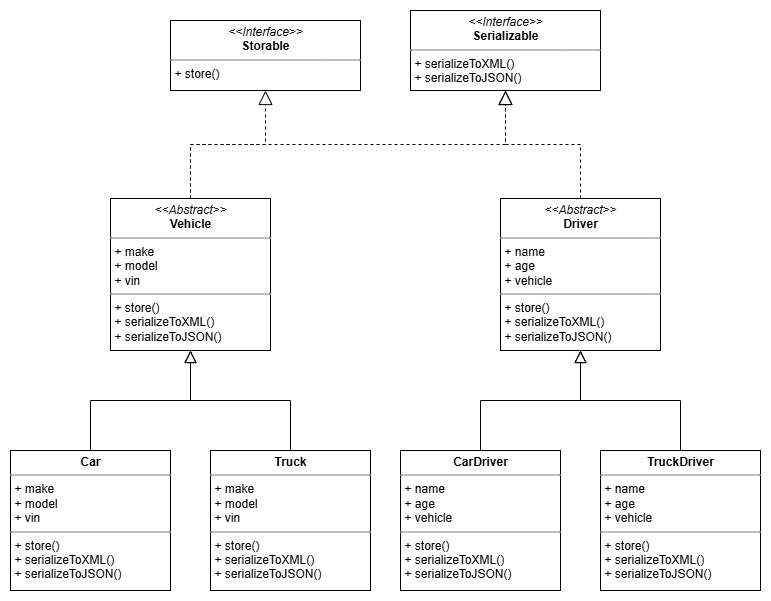
The draw.io diagram 2-2-StoreAndSerialize/src/UMLDiagram.png in RyanBuck182/csi-340-software-design-patterns, before a commit. Source tidied: cells renumbered, new cells last; positions are measured from the earlier drawing's top-left corner, leaving out a move shared by most shapes. The source it was exported from:
```xml
<mxGraphModel>
  <root>
    <mxCell id="0" />
    <mxCell id="1" parent="0" />
    <mxCell id="2" style="endArrow=block;endSize=10;endFill=0;shadow=0;strokeWidth=1;rounded=0;curved=0;edgeStyle=elbowEdgeStyle;elbow=vertical;exitX=0.5;exitY=0;exitDx=0;exitDy=0;entryX=0.5;entryY=1;entryDx=0;entryDy=0;" parent="1" edge="1" source="7" target="8">
      <mxGeometry relative="1" as="geometry" />
    </mxCell>
    <mxCell id="3" style="endArrow=block;endSize=10;endFill=0;shadow=0;strokeWidth=1;rounded=0;curved=0;edgeStyle=elbowEdgeStyle;elbow=vertical;exitX=0.5;exitY=0;exitDx=0;exitDy=0;entryX=0.5;entryY=1;entryDx=0;entryDy=0;entryPerimeter=0;" parent="1" edge="1" source="6" target="8">
      <mxGeometry relative="1" as="geometry" />
    </mxCell>
    <mxCell id="4" value="&lt;p style=&quot;margin:0px;margin-top:4px;text-align:center;&quot;&gt;&lt;i&gt;&amp;lt;&amp;lt;Interface&amp;gt;&amp;gt;&lt;/i&gt;&lt;br&gt;&lt;b&gt;Storable&lt;/b&gt;&lt;/p&gt;&lt;hr size=&quot;1&quot; style=&quot;border-style:solid;&quot;&gt;&lt;p style=&quot;margin:0px;margin-left:4px;&quot;&gt;+ store()&lt;br&gt;&lt;/p&gt;" style="verticalAlign=top;align=left;overflow=fill;html=1;whiteSpace=wrap;" parent="1" vertex="1">
      <mxGeometry x="160" y="10" width="190" height="70" as="geometry" />
    </mxCell>
    <mxCell id="5" value="&lt;p style=&quot;margin:0px;margin-top:4px;text-align:center;&quot;&gt;&lt;i&gt;&amp;lt;&amp;lt;Interface&amp;gt;&amp;gt;&lt;/i&gt;&lt;br&gt;&lt;b&gt;Serializable&lt;/b&gt;&lt;/p&gt;&lt;hr size=&quot;1&quot; style=&quot;border-style:solid;&quot;&gt;&lt;p style=&quot;margin:0px;margin-left:4px;&quot;&gt;+ serializeToXML()&lt;br&gt;&lt;/p&gt;&lt;p style=&quot;margin:0px;margin-left:4px;&quot;&gt;+ serializeToJSON()&lt;/p&gt;" style="verticalAlign=top;align=left;overflow=fill;html=1;whiteSpace=wrap;" parent="1" vertex="1">
      <mxGeometry x="400" width="190" height="80" as="geometry" />
    </mxCell>
    <mxCell id="6" value="&lt;p style=&quot;margin:0px;margin-top:4px;text-align:center;&quot;&gt;&lt;b&gt;Truck&lt;/b&gt;&lt;/p&gt;&lt;hr style=&quot;border-style: solid;&quot; size=&quot;1&quot;&gt;&lt;p style=&quot;margin: 0px 0px 0px 4px;&quot;&gt;&lt;/p&gt;&lt;p style=&quot;margin: 0px 0px 0px 4px;&quot;&gt;+ make&lt;br&gt;&lt;/p&gt;&lt;p style=&quot;margin: 0px 0px 0px 4px;&quot;&gt;+ model&lt;/p&gt;&lt;p style=&quot;margin: 0px 0px 0px 4px;&quot;&gt;+ vin&lt;/p&gt;&lt;hr style=&quot;border-style: solid;&quot; size=&quot;1&quot;&gt;&lt;p style=&quot;margin: 0px 0px 0px 4px;&quot;&gt;+ store()&lt;/p&gt;&lt;p style=&quot;margin: 0px 0px 0px 4px;&quot;&gt;+ serializeToXML()&lt;br&gt;&lt;/p&gt;&lt;p style=&quot;margin: 0px 0px 0px 4px;&quot;&gt;+ serializeToJSON()&lt;/p&gt;" style="verticalAlign=top;align=left;overflow=fill;html=1;whiteSpace=wrap;" parent="1" vertex="1">
      <mxGeometry x="200" y="440" width="160" height="140" as="geometry" />
    </mxCell>
    <mxCell id="7" value="&lt;p style=&quot;margin:0px;margin-top:4px;text-align:center;&quot;&gt;&lt;b&gt;Car&lt;/b&gt;&lt;/p&gt;&lt;hr style=&quot;border-style: solid;&quot; size=&quot;1&quot;&gt;&lt;p style=&quot;margin: 0px 0px 0px 4px;&quot;&gt;+ make&lt;br&gt;&lt;/p&gt;&lt;p style=&quot;margin: 0px 0px 0px 4px;&quot;&gt;+ model&lt;/p&gt;&lt;p style=&quot;margin: 0px 0px 0px 4px;&quot;&gt;+ vin&lt;/p&gt;&lt;hr style=&quot;border-style: solid;&quot; size=&quot;1&quot;&gt;&lt;p style=&quot;margin: 0px 0px 0px 4px;&quot;&gt;+ store()&lt;/p&gt;&lt;p style=&quot;margin: 0px 0px 0px 4px;&quot;&gt;+ serializeToXML()&lt;br&gt;&lt;/p&gt;&lt;p style=&quot;margin: 0px 0px 0px 4px;&quot;&gt;+ serializeToJSON()&lt;/p&gt;" style="verticalAlign=top;align=left;overflow=fill;html=1;whiteSpace=wrap;" parent="1" vertex="1">
      <mxGeometry y="440" width="160" height="140" as="geometry" />
    </mxCell>
    <mxCell id="8" value="&lt;p style=&quot;margin:0px;margin-top:4px;text-align:center;&quot;&gt;&lt;i&gt;&amp;lt;&amp;lt;Abstract&amp;gt;&amp;gt;&lt;/i&gt;&lt;b&gt;&lt;br&gt;Vehicle&lt;/b&gt;&lt;/p&gt;&lt;hr size=&quot;1&quot; style=&quot;border-style:solid;&quot;&gt;&lt;p style=&quot;margin:0px;margin-left:4px;&quot;&gt;&lt;/p&gt;&lt;p style=&quot;margin:0px;margin-left:4px;&quot;&gt;+ make&lt;br&gt;&lt;/p&gt;&lt;p style=&quot;margin:0px;margin-left:4px;&quot;&gt;+ model&lt;/p&gt;&lt;p style=&quot;margin:0px;margin-left:4px;&quot;&gt;+ vin&lt;/p&gt;&lt;hr style=&quot;border-style: solid;&quot; size=&quot;1&quot;&gt;&lt;p style=&quot;margin: 0px 0px 0px 4px;&quot;&gt;+ store()&lt;/p&gt;&lt;p style=&quot;margin: 0px 0px 0px 4px;&quot;&gt;+ serializeToXML()&lt;br&gt;&lt;/p&gt;&lt;p style=&quot;margin: 0px 0px 0px 4px;&quot;&gt;+ serializeToJSON()&lt;/p&gt;" style="verticalAlign=top;align=left;overflow=fill;html=1;whiteSpace=wrap;" parent="1" vertex="1">
      <mxGeometry x="100" y="188" width="160" height="152" as="geometry" />
    </mxCell>
    <mxCell id="9" style="endArrow=block;endSize=10;endFill=0;shadow=0;strokeWidth=1;rounded=0;curved=0;edgeStyle=elbowEdgeStyle;elbow=vertical;exitX=0.5;exitY=0;exitDx=0;exitDy=0;entryX=0.5;entryY=1;entryDx=0;entryDy=0;" parent="1" edge="1" source="12" target="13">
      <mxGeometry relative="1" as="geometry" />
    </mxCell>
    <mxCell id="10" style="endArrow=block;endSize=10;endFill=0;shadow=0;strokeWidth=1;rounded=0;curved=0;edgeStyle=elbowEdgeStyle;elbow=vertical;exitX=0.5;exitY=0;exitDx=0;exitDy=0;entryX=0.5;entryY=1;entryDx=0;entryDy=0;entryPerimeter=0;" parent="1" edge="1" source="11" target="13">
      <mxGeometry relative="1" as="geometry" />
    </mxCell>
    <mxCell id="11" value="&lt;p style=&quot;margin:0px;margin-top:4px;text-align:center;&quot;&gt;&lt;b&gt;TruckDriver&lt;/b&gt;&lt;/p&gt;&lt;hr size=&quot;1&quot; style=&quot;border-style:solid;&quot;&gt;&lt;p style=&quot;margin: 0px 0px 0px 4px;&quot;&gt;+ name&lt;br&gt;&lt;/p&gt;&lt;p style=&quot;margin: 0px 0px 0px 4px;&quot;&gt;+ age&lt;/p&gt;&lt;p style=&quot;margin: 0px 0px 0px 4px;&quot;&gt;+ vehicle&lt;/p&gt;&lt;hr style=&quot;border-style: solid;&quot; size=&quot;1&quot;&gt;&lt;p style=&quot;margin: 0px 0px 0px 4px;&quot;&gt;+ store()&lt;/p&gt;&lt;p style=&quot;margin: 0px 0px 0px 4px;&quot;&gt;+ serializeToXML()&lt;br&gt;&lt;/p&gt;&lt;p style=&quot;margin: 0px 0px 0px 4px;&quot;&gt;+ serializeToJSON()&lt;/p&gt;" style="verticalAlign=top;align=left;overflow=fill;html=1;whiteSpace=wrap;" parent="1" vertex="1">
      <mxGeometry x="590" y="440" width="160" height="140" as="geometry" />
    </mxCell>
    <mxCell id="12" value="&lt;p style=&quot;margin:0px;margin-top:4px;text-align:center;&quot;&gt;&lt;b&gt;CarDriver&lt;/b&gt;&lt;/p&gt;&lt;hr size=&quot;1&quot; style=&quot;border-style:solid;&quot;&gt;&lt;p style=&quot;margin: 0px 0px 0px 4px;&quot;&gt;+ name&lt;br&gt;&lt;/p&gt;&lt;p style=&quot;margin: 0px 0px 0px 4px;&quot;&gt;+ age&lt;/p&gt;&lt;p style=&quot;margin: 0px 0px 0px 4px;&quot;&gt;+ vehicle&lt;/p&gt;&lt;hr style=&quot;border-style: solid;&quot; size=&quot;1&quot;&gt;&lt;p style=&quot;margin: 0px 0px 0px 4px;&quot;&gt;+ store()&lt;/p&gt;&lt;p style=&quot;margin: 0px 0px 0px 4px;&quot;&gt;+ serializeToXML()&lt;br&gt;&lt;/p&gt;&lt;p style=&quot;margin: 0px 0px 0px 4px;&quot;&gt;+ serializeToJSON()&lt;/p&gt;" style="verticalAlign=top;align=left;overflow=fill;html=1;whiteSpace=wrap;" parent="1" vertex="1">
      <mxGeometry x="390" y="440" width="160" height="140" as="geometry" />
    </mxCell>
    <mxCell id="13" value="&lt;p style=&quot;margin:0px;margin-top:4px;text-align:center;&quot;&gt;&lt;i&gt;&amp;lt;&amp;lt;Abstract&amp;gt;&amp;gt;&lt;br&gt;&lt;/i&gt;&lt;b style=&quot;background-color: transparent; color: light-dark(rgb(0, 0, 0), rgb(255, 255, 255));&quot;&gt;Driver&lt;/b&gt;&lt;/p&gt;&lt;hr size=&quot;1&quot; style=&quot;border-style:solid;&quot;&gt;&lt;p style=&quot;margin: 0px 0px 0px 4px;&quot;&gt;+ name&lt;br&gt;&lt;/p&gt;&lt;p style=&quot;margin: 0px 0px 0px 4px;&quot;&gt;+ age&lt;/p&gt;&lt;p style=&quot;margin: 0px 0px 0px 4px;&quot;&gt;+ vehicle&lt;/p&gt;&lt;hr style=&quot;border-style: solid;&quot; size=&quot;1&quot;&gt;&lt;p style=&quot;margin: 0px 0px 0px 4px;&quot;&gt;+ store()&lt;/p&gt;&lt;p style=&quot;margin: 0px 0px 0px 4px;&quot;&gt;+ serializeToXML()&lt;br&gt;&lt;/p&gt;&lt;p style=&quot;margin: 0px 0px 0px 4px;&quot;&gt;+ serializeToJSON()&lt;/p&gt;" style="verticalAlign=top;align=left;overflow=fill;html=1;whiteSpace=wrap;" parent="1" vertex="1">
      <mxGeometry x="490" y="188" width="160" height="152" as="geometry" />
    </mxCell>
    <mxCell id="14" style="endArrow=block;dashed=1;endFill=0;endSize=12;html=1;rounded=0;edgeStyle=orthogonalEdgeStyle;elbow=vertical;entryX=0.5;entryY=1;entryDx=0;entryDy=0;exitX=0.5;exitY=0;exitDx=0;exitDy=0;" parent="1" edge="1" source="8" target="4">
      <mxGeometry relative="1" as="geometry" />
    </mxCell>
    <mxCell id="15" style="endArrow=block;dashed=1;endFill=0;endSize=12;html=1;rounded=0;edgeStyle=orthogonalEdgeStyle;elbow=vertical;entryX=0.5;entryY=1;entryDx=0;entryDy=0;exitX=0.5;exitY=0;exitDx=0;exitDy=0;" parent="1" edge="1" source="8" target="5">
      <mxGeometry relative="1" as="geometry" />
    </mxCell>
    <mxCell id="16" style="endArrow=block;dashed=1;endFill=0;endSize=12;html=1;rounded=0;edgeStyle=orthogonalEdgeStyle;elbow=vertical;exitX=0.5;exitY=0;exitDx=0;exitDy=0;entryX=0.5;entryY=1;entryDx=0;entryDy=0;" parent="1" edge="1" source="13" target="5">
      <mxGeometry relative="1" as="geometry" />
    </mxCell>
  </root>
</mxGraphModel>
```
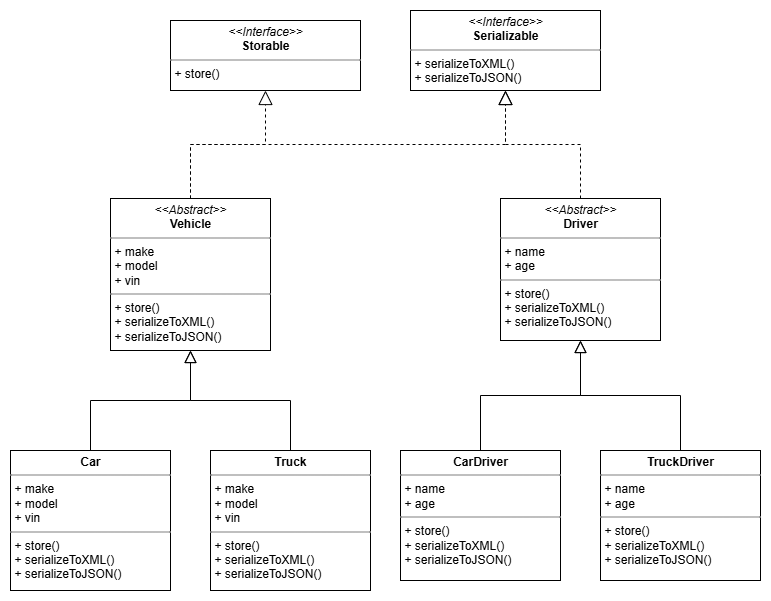
After the commit.

Commit message:
Remove Vehicle field from drivers and update UML accordingly

What changed in the source:
```diff
@@ -29,14 +29,14 @@
     <mxCell id="10" style="endArrow=block;endSize=10;endFill=0;shadow=0;strokeWidth=1;rounded=0;curved=0;edgeStyle=elbowEdgeStyle;elbow=vertical;exitX=0.5;exitY=0;exitDx=0;exitDy=0;entryX=0.5;entryY=1;entryDx=0;entryDy=0;entryPerimeter=0;" parent="1" edge="1" source="11" target="13">
       <mxGeometry relative="1" as="geometry" />
     </mxCell>
-    <mxCell id="11" value="&lt;p style=&quot;margin:0px;margin-top:4px;text-align:center;&quot;&gt;&lt;b&gt;TruckDriver&lt;/b&gt;&lt;/p&gt;&lt;hr size=&quot;1&quot; style=&quot;border-style:solid;&quot;&gt;&lt;p style=&quot;margin: 0px 0px 0px 4px;&quot;&gt;+ name&lt;br&gt;&lt;/p&gt;&lt;p style=&quot;margin: 0px 0px 0px 4px;&quot;&gt;+ age&lt;/p&gt;&lt;p style=&quot;margin: 0px 0px 0px 4px;&quot;&gt;+ vehicle&lt;/p&gt;&lt;hr style=&quot;border-style: solid;&quot; size=&quot;1&quot;&gt;&lt;p style=&quot;margin: 0px 0px 0px 4px;&quot;&gt;+ store()&lt;/p&gt;&lt;p style=&quot;margin: 0px 0px 0px 4px;&quot;&gt;+ serializeToXML()&lt;br&gt;&lt;/p&gt;&lt;p style=&quot;margin: 0px 0px 0px 4px;&quot;&gt;+ serializeToJSON()&lt;/p&gt;" style="verticalAlign=top;align=left;overflow=fill;html=1;whiteSpace=wrap;" parent="1" vertex="1">
-      <mxGeometry x="590" y="440" width="160" height="140" as="geometry" />
+    <mxCell id="11" value="&lt;p style=&quot;margin:0px;margin-top:4px;text-align:center;&quot;&gt;&lt;b&gt;TruckDriver&lt;/b&gt;&lt;/p&gt;&lt;hr size=&quot;1&quot; style=&quot;border-style:solid;&quot;&gt;&lt;p style=&quot;margin: 0px 0px 0px 4px;&quot;&gt;+ name&lt;br&gt;&lt;/p&gt;&lt;p style=&quot;margin: 0px 0px 0px 4px;&quot;&gt;+ age&lt;/p&gt;&lt;hr style=&quot;border-style: solid;&quot; size=&quot;1&quot;&gt;&lt;p style=&quot;margin: 0px 0px 0px 4px;&quot;&gt;+ store()&lt;/p&gt;&lt;p style=&quot;margin: 0px 0px 0px 4px;&quot;&gt;+ serializeToXML()&lt;br&gt;&lt;/p&gt;&lt;p style=&quot;margin: 0px 0px 0px 4px;&quot;&gt;+ serializeToJSON()&lt;/p&gt;" style="verticalAlign=top;align=left;overflow=fill;html=1;whiteSpace=wrap;" parent="1" vertex="1">
+      <mxGeometry x="590" y="440" width="160" height="130" as="geometry" />
     </mxCell>
-    <mxCell id="12" value="&lt;p style=&quot;margin:0px;margin-top:4px;text-align:center;&quot;&gt;&lt;b&gt;CarDriver&lt;/b&gt;&lt;/p&gt;&lt;hr size=&quot;1&quot; style=&quot;border-style:solid;&quot;&gt;&lt;p style=&quot;margin: 0px 0px 0px 4px;&quot;&gt;+ name&lt;br&gt;&lt;/p&gt;&lt;p style=&quot;margin: 0px 0px 0px 4px;&quot;&gt;+ age&lt;/p&gt;&lt;p style=&quot;margin: 0px 0px 0px 4px;&quot;&gt;+ vehicle&lt;/p&gt;&lt;hr style=&quot;border-style: solid;&quot; size=&quot;1&quot;&gt;&lt;p style=&quot;margin: 0px 0px 0px 4px;&quot;&gt;+ store()&lt;/p&gt;&lt;p style=&quot;margin: 0px 0px 0px 4px;&quot;&gt;+ serializeToXML()&lt;br&gt;&lt;/p&gt;&lt;p style=&quot;margin: 0px 0px 0px 4px;&quot;&gt;+ serializeToJSON()&lt;/p&gt;" style="verticalAlign=top;align=left;overflow=fill;html=1;whiteSpace=wrap;" parent="1" vertex="1">
-      <mxGeometry x="390" y="440" width="160" height="140" as="geometry" />
+    <mxCell id="12" value="&lt;p style=&quot;margin:0px;margin-top:4px;text-align:center;&quot;&gt;&lt;b&gt;CarDriver&lt;/b&gt;&lt;/p&gt;&lt;hr size=&quot;1&quot; style=&quot;border-style:solid;&quot;&gt;&lt;p style=&quot;margin: 0px 0px 0px 4px;&quot;&gt;+ name&lt;br&gt;&lt;/p&gt;&lt;p style=&quot;margin: 0px 0px 0px 4px;&quot;&gt;+ age&lt;/p&gt;&lt;hr style=&quot;border-style: solid;&quot; size=&quot;1&quot;&gt;&lt;p style=&quot;margin: 0px 0px 0px 4px;&quot;&gt;+ store()&lt;/p&gt;&lt;p style=&quot;margin: 0px 0px 0px 4px;&quot;&gt;+ serializeToXML()&lt;br&gt;&lt;/p&gt;&lt;p style=&quot;margin: 0px 0px 0px 4px;&quot;&gt;+ serializeToJSON()&lt;/p&gt;" style="verticalAlign=top;align=left;overflow=fill;html=1;whiteSpace=wrap;" parent="1" vertex="1">
+      <mxGeometry x="390" y="440" width="160" height="130" as="geometry" />
     </mxCell>
-    <mxCell id="13" value="&lt;p style=&quot;margin:0px;margin-top:4px;text-align:center;&quot;&gt;&lt;i&gt;&amp;lt;&amp;lt;Abstract&amp;gt;&amp;gt;&lt;br&gt;&lt;/i&gt;&lt;b style=&quot;background-color: transparent; color: light-dark(rgb(0, 0, 0), rgb(255, 255, 255));&quot;&gt;Driver&lt;/b&gt;&lt;/p&gt;&lt;hr size=&quot;1&quot; style=&quot;border-style:solid;&quot;&gt;&lt;p style=&quot;margin: 0px 0px 0px 4px;&quot;&gt;+ name&lt;br&gt;&lt;/p&gt;&lt;p style=&quot;margin: 0px 0px 0px 4px;&quot;&gt;+ age&lt;/p&gt;&lt;p style=&quot;margin: 0px 0px 0px 4px;&quot;&gt;+ vehicle&lt;/p&gt;&lt;hr style=&quot;border-style: solid;&quot; size=&quot;1&quot;&gt;&lt;p style=&quot;margin: 0px 0px 0px 4px;&quot;&gt;+ store()&lt;/p&gt;&lt;p style=&quot;margin: 0px 0px 0px 4px;&quot;&gt;+ serializeToXML()&lt;br&gt;&lt;/p&gt;&lt;p style=&quot;margin: 0px 0px 0px 4px;&quot;&gt;+ serializeToJSON()&lt;/p&gt;" style="verticalAlign=top;align=left;overflow=fill;html=1;whiteSpace=wrap;" parent="1" vertex="1">
-      <mxGeometry x="490" y="188" width="160" height="152" as="geometry" />
+    <mxCell id="13" value="&lt;p style=&quot;margin:0px;margin-top:4px;text-align:center;&quot;&gt;&lt;i&gt;&amp;lt;&amp;lt;Abstract&amp;gt;&amp;gt;&lt;br&gt;&lt;/i&gt;&lt;b style=&quot;background-color: transparent; color: light-dark(rgb(0, 0, 0), rgb(255, 255, 255));&quot;&gt;Driver&lt;/b&gt;&lt;/p&gt;&lt;hr size=&quot;1&quot; style=&quot;border-style:solid;&quot;&gt;&lt;p style=&quot;margin: 0px 0px 0px 4px;&quot;&gt;+ name&lt;br&gt;&lt;/p&gt;&lt;p style=&quot;margin: 0px 0px 0px 4px;&quot;&gt;+ age&lt;/p&gt;&lt;hr style=&quot;border-style: solid;&quot; size=&quot;1&quot;&gt;&lt;p style=&quot;margin: 0px 0px 0px 4px;&quot;&gt;+ store()&lt;/p&gt;&lt;p style=&quot;margin: 0px 0px 0px 4px;&quot;&gt;+ serializeToXML()&lt;br&gt;&lt;/p&gt;&lt;p style=&quot;margin: 0px 0px 0px 4px;&quot;&gt;+ serializeToJSON()&lt;/p&gt;" style="verticalAlign=top;align=left;overflow=fill;html=1;whiteSpace=wrap;" parent="1" vertex="1">
+      <mxGeometry x="490" y="188" width="160" height="142" as="geometry" />
     </mxCell>
     <mxCell id="14" style="endArrow=block;dashed=1;endFill=0;endSize=12;html=1;rounded=0;edgeStyle=orthogonalEdgeStyle;elbow=vertical;entryX=0.5;entryY=1;entryDx=0;entryDy=0;exitX=0.5;exitY=0;exitDx=0;exitDy=0;" parent="1" edge="1" source="8" target="4">
       <mxGeometry relative="1" as="geometry" />
```
